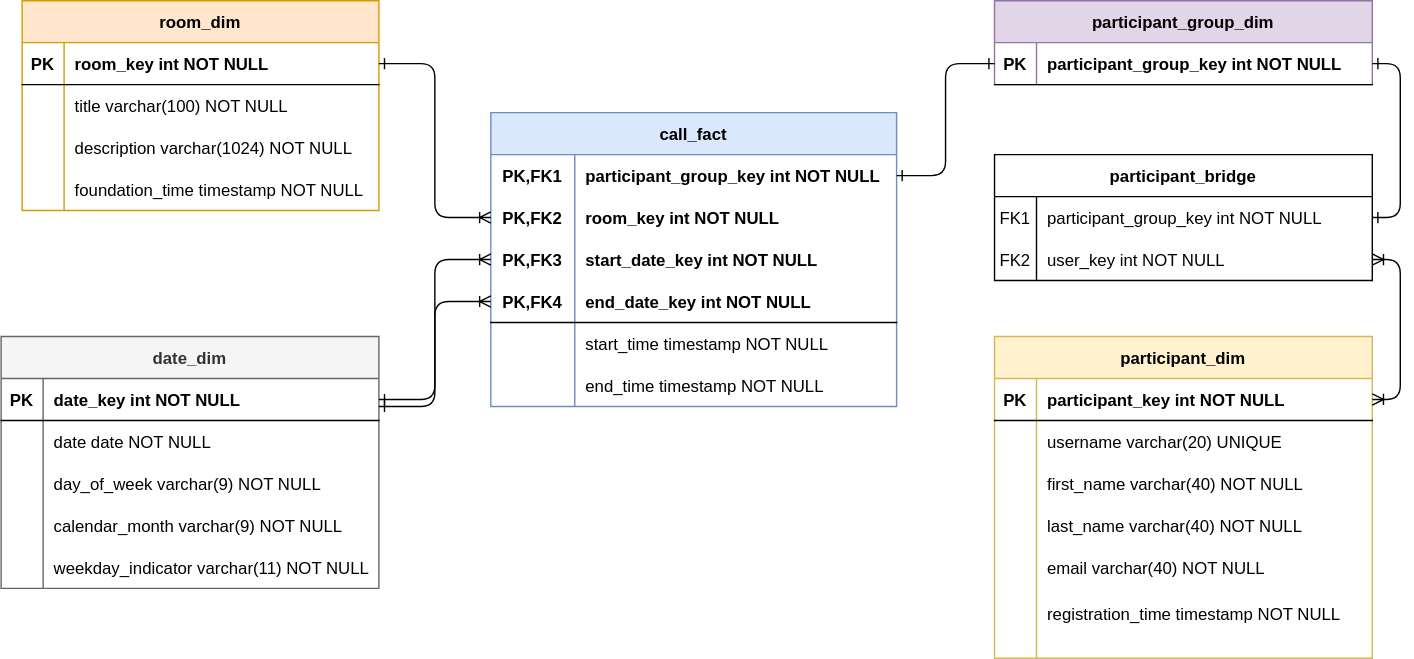
Earlier version of the draw.io export streaming-etl/services/dwh/data-modeling/dwh.drawio.svg (Beaglefoot/streaming-etl). Source tidied: cells renumbered, new cells last; positions are measured from the earlier drawing's top-left corner, leaving out a move shared by most shapes.
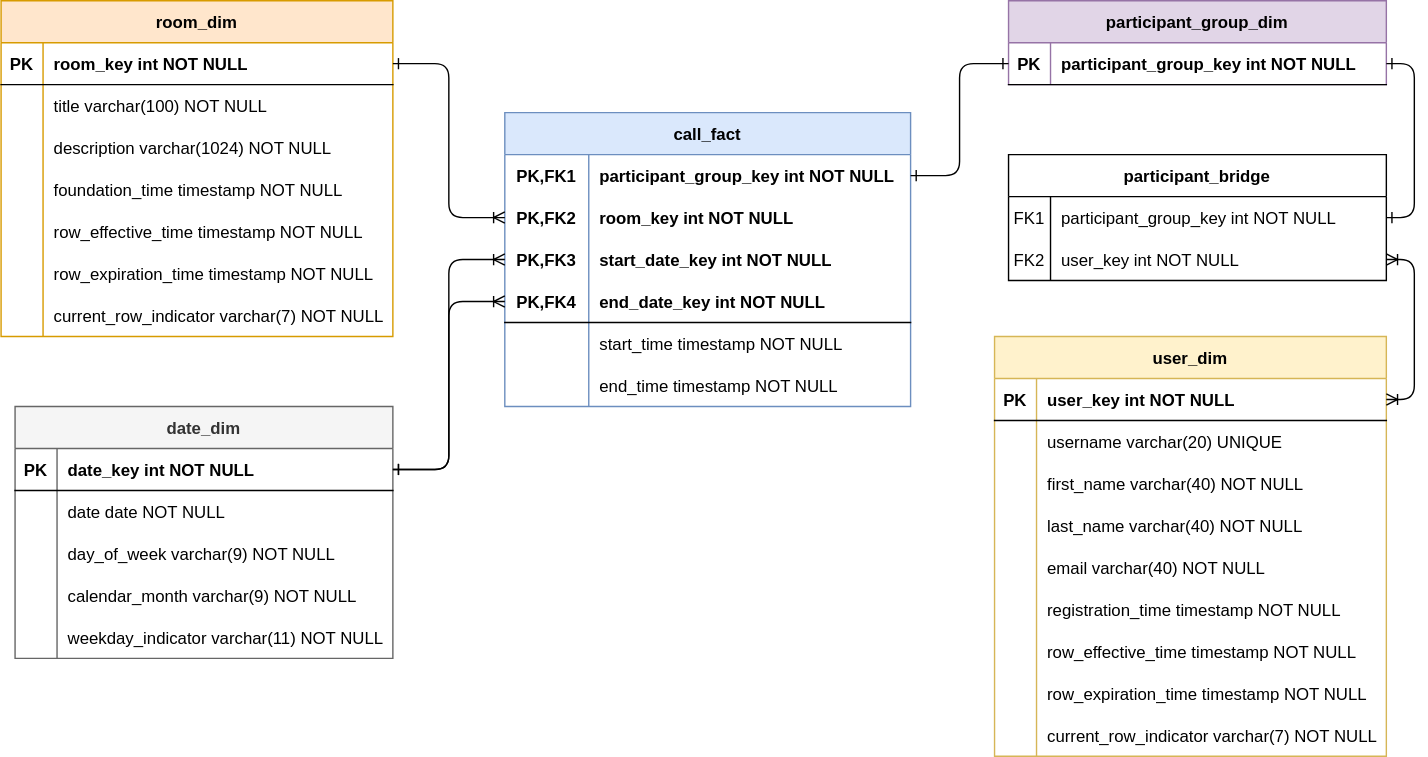
The same file after the commit.

What changed in the source:
```diff
@@ -72,46 +72,73 @@
       <mxGeometry x="30" width="240" height="30" as="geometry" />
     </mxCell>
     <mxCell id="25" value="room_dim" style="shape=table;startSize=30;rowLines=0;fontStyle=1;align=center;fillColor=#ffe6cc;strokeColor=#d79b00;" parent="1" vertex="1">
-      <mxGeometry x="15" width="255" height="150" as="geometry" />
+      <mxGeometry x="-10" width="280" height="240" as="geometry" />
     </mxCell>
     <mxCell id="26" style="shape=tableRow;horizontal=0;startSize=0;swimlaneHead=0;swimlaneBody=0;fillColor=none;points=[[0,0.5],[1,0.5]];portConstraint=eastwest;top=0;left=0;right=0;bottom=1;" parent="25" vertex="1">
-      <mxGeometry y="30" width="255" height="30" as="geometry" />
+      <mxGeometry y="30" width="280" height="30" as="geometry" />
     </mxCell>
     <mxCell id="27" value="PK" style="shape=partialRectangle;fillColor=none;top=0;left=0;bottom=0;right=0;fontStyle=1;overflow=hidden;" parent="26" vertex="1">
       <mxGeometry width="30" height="30" as="geometry" />
     </mxCell>
     <mxCell id="28" value="room_key int NOT NULL" style="shape=partialRectangle;fillColor=none;top=0;left=0;bottom=0;right=0;align=left;spacingLeft=6;fontStyle=1;overflow=hidden;" parent="26" vertex="1">
-      <mxGeometry x="30" width="225" height="30" as="geometry" />
+      <mxGeometry x="30" width="250" height="30" as="geometry" />
     </mxCell>
     <mxCell id="29" style="shape=tableRow;horizontal=0;startSize=0;swimlaneHead=0;swimlaneBody=0;fillColor=none;top=0;left=0;right=0;bottom=0;" parent="25" vertex="1">
-      <mxGeometry y="60" width="255" height="30" as="geometry" />
+      <mxGeometry y="60" width="280" height="30" as="geometry" />
     </mxCell>
     <mxCell id="30" style="shape=partialRectangle;fillColor=none;top=0;left=0;bottom=0;right=0;overflow=hidden;" parent="29" vertex="1">
       <mxGeometry width="30" height="30" as="geometry" />
     </mxCell>
     <mxCell id="31" value="title varchar(100) NOT NULL" style="shape=partialRectangle;fillColor=none;top=0;left=0;bottom=0;right=0;align=left;spacingLeft=6;overflow=hidden;" parent="29" vertex="1">
-      <mxGeometry x="30" width="225" height="30" as="geometry" />
+      <mxGeometry x="30" width="250" height="30" as="geometry" />
     </mxCell>
     <mxCell id="32" style="shape=tableRow;horizontal=0;startSize=0;swimlaneHead=0;swimlaneBody=0;fillColor=none;top=0;left=0;right=0;bottom=0;" parent="25" vertex="1">
-      <mxGeometry y="90" width="255" height="30" as="geometry" />
+      <mxGeometry y="90" width="280" height="30" as="geometry" />
     </mxCell>
     <mxCell id="33" style="shape=partialRectangle;fillColor=none;top=0;left=0;bottom=0;right=0;overflow=hidden;" parent="32" vertex="1">
       <mxGeometry width="30" height="30" as="geometry" />
     </mxCell>
     <mxCell id="34" value="description varchar(1024) NOT NULL" style="shape=partialRectangle;fillColor=none;top=0;left=0;bottom=0;right=0;align=left;spacingLeft=6;overflow=hidden;" parent="32" vertex="1">
-      <mxGeometry x="30" width="225" height="30" as="geometry" />
+      <mxGeometry x="30" width="250" height="30" as="geometry" />
     </mxCell>
     <mxCell id="35" style="shape=tableRow;horizontal=0;startSize=0;swimlaneHead=0;swimlaneBody=0;fillColor=none;top=0;left=0;right=0;bottom=0;" parent="25" vertex="1">
-      <mxGeometry y="120" width="255" height="30" as="geometry" />
+      <mxGeometry y="120" width="280" height="30" as="geometry" />
     </mxCell>
     <mxCell id="36" style="shape=partialRectangle;fillColor=none;top=0;left=0;bottom=0;right=0;overflow=hidden;" parent="35" vertex="1">
       <mxGeometry width="30" height="30" as="geometry" />
     </mxCell>
     <mxCell id="37" value="foundation_time timestamp NOT NULL" style="shape=partialRectangle;fillColor=none;top=0;left=0;bottom=0;right=0;align=left;spacingLeft=6;overflow=hidden;" parent="35" vertex="1">
-      <mxGeometry x="30" width="225" height="30" as="geometry" />
+      <mxGeometry x="30" width="250" height="30" as="geometry" />
     </mxCell>
+    <mxCell id="86" style="shape=tableRow;horizontal=0;startSize=0;swimlaneHead=0;swimlaneBody=0;fillColor=none;top=0;left=0;right=0;bottom=0;" parent="25" vertex="1">
+      <mxGeometry y="150" width="280" height="30" as="geometry" />
+    </mxCell>
+    <mxCell id="87" style="shape=partialRectangle;fillColor=none;top=0;left=0;bottom=0;right=0;overflow=hidden;" parent="86" vertex="1">
+      <mxGeometry width="30" height="30" as="geometry" />
+    </mxCell>
+    <mxCell id="88" value="row_effective_time timestamp NOT NULL" style="shape=partialRectangle;fillColor=none;top=0;left=0;bottom=0;right=0;align=left;spacingLeft=6;overflow=hidden;" parent="86" vertex="1">
+      <mxGeometry x="30" width="250" height="30" as="geometry" />
+    </mxCell>
+    <mxCell id="89" style="shape=tableRow;horizontal=0;startSize=0;swimlaneHead=0;swimlaneBody=0;fillColor=none;top=0;left=0;right=0;bottom=0;" parent="25" vertex="1">
+      <mxGeometry y="180" width="280" height="30" as="geometry" />
+    </mxCell>
+    <mxCell id="90" style="shape=partialRectangle;fillColor=none;top=0;left=0;bottom=0;right=0;overflow=hidden;" parent="89" vertex="1">
+      <mxGeometry width="30" height="30" as="geometry" />
+    </mxCell>
+    <mxCell id="91" value="row_expiration_time timestamp NOT NULL" style="shape=partialRectangle;fillColor=none;top=0;left=0;bottom=0;right=0;align=left;spacingLeft=6;overflow=hidden;" parent="89" vertex="1">
+      <mxGeometry x="30" width="250" height="30" as="geometry" />
+    </mxCell>
+    <mxCell id="92" style="shape=tableRow;horizontal=0;startSize=0;swimlaneHead=0;swimlaneBody=0;fillColor=none;top=0;left=0;right=0;bottom=0;" parent="25" vertex="1">
+      <mxGeometry y="210" width="280" height="30" as="geometry" />
+    </mxCell>
+    <mxCell id="93" style="shape=partialRectangle;fillColor=none;top=0;left=0;bottom=0;right=0;overflow=hidden;" parent="92" vertex="1">
+      <mxGeometry width="30" height="30" as="geometry" />
+    </mxCell>
+    <mxCell id="94" value="current_row_indicator varchar(7) NOT NULL" style="shape=partialRectangle;fillColor=none;top=0;left=0;bottom=0;right=0;align=left;spacingLeft=6;overflow=hidden;" parent="92" vertex="1">
+      <mxGeometry x="30" width="250" height="30" as="geometry" />
+    </mxCell>
     <mxCell id="38" value="date_dim" style="shape=table;startSize=30;rowLines=0;fontStyle=1;align=center;fillColor=#f5f5f5;fontColor=#333333;strokeColor=#666666;" parent="1" vertex="1">
-      <mxGeometry y="240" width="270" height="180" as="geometry" />
+      <mxGeometry y="290" width="270" height="180" as="geometry" />
     </mxCell>
     <mxCell id="39" style="shape=tableRow;horizontal=0;startSize=0;swimlaneHead=0;swimlaneBody=0;fillColor=none;points=[[0,0.5],[1,0.5]];portConstraint=eastwest;top=0;left=0;right=0;bottom=1;" parent="38" vertex="1">
       <mxGeometry y="30" width="270" height="30" as="geometry" />
@@ -158,63 +185,90 @@
     <mxCell id="53" value="weekday_indicator varchar(11) NOT NULL" style="shape=partialRectangle;fillColor=none;top=0;left=0;bottom=0;right=0;align=left;spacingLeft=6;overflow=hidden;" parent="51" vertex="1">
       <mxGeometry x="30" width="240" height="30" as="geometry" />
     </mxCell>
-    <mxCell id="54" value="participant_dim" style="shape=table;startSize=30;rowLines=0;fontStyle=1;align=center;fillColor=#fff2cc;strokeColor=#d6b656;" parent="1" vertex="1">
-      <mxGeometry x="710" y="240" width="270" height="230" as="geometry" />
+    <mxCell id="54" value="user_dim" style="shape=table;startSize=30;rowLines=0;fontStyle=1;align=center;fillColor=#fff2cc;strokeColor=#d6b656;" parent="1" vertex="1">
+      <mxGeometry x="700" y="240" width="280" height="300" as="geometry" />
     </mxCell>
     <mxCell id="55" style="shape=tableRow;horizontal=0;startSize=0;swimlaneHead=0;swimlaneBody=0;fillColor=none;points=[[0,0.5],[1,0.5]];portConstraint=eastwest;top=0;left=0;right=0;bottom=1;" parent="54" vertex="1">
-      <mxGeometry y="30" width="270" height="30" as="geometry" />
+      <mxGeometry y="30" width="280" height="30" as="geometry" />
     </mxCell>
     <mxCell id="56" value="PK" style="shape=partialRectangle;fillColor=none;top=0;left=0;bottom=0;right=0;fontStyle=1;overflow=hidden;" parent="55" vertex="1">
       <mxGeometry width="30" height="30" as="geometry" />
     </mxCell>
-    <mxCell id="57" value="participant_key int NOT NULL" style="shape=partialRectangle;fillColor=none;top=0;left=0;bottom=0;right=0;align=left;spacingLeft=6;fontStyle=1;overflow=hidden;strokeColor=default;" parent="55" vertex="1">
-      <mxGeometry x="30" width="240" height="30" as="geometry" />
+    <mxCell id="57" value="user_key int NOT NULL" style="shape=partialRectangle;fillColor=none;top=0;left=0;bottom=0;right=0;align=left;spacingLeft=6;fontStyle=1;overflow=hidden;strokeColor=default;" parent="55" vertex="1">
+      <mxGeometry x="30" width="250" height="30" as="geometry" />
     </mxCell>
     <mxCell id="58" style="shape=tableRow;horizontal=0;startSize=0;swimlaneHead=0;swimlaneBody=0;fillColor=none;top=0;left=0;right=0;bottom=0;" parent="54" vertex="1">
-      <mxGeometry y="60" width="270" height="30" as="geometry" />
+      <mxGeometry y="60" width="280" height="30" as="geometry" />
     </mxCell>
     <mxCell id="59" style="shape=partialRectangle;fillColor=none;top=0;left=0;bottom=0;right=0;overflow=hidden;" parent="58" vertex="1">
       <mxGeometry width="30" height="30" as="geometry" />
     </mxCell>
     <mxCell id="60" value="username varchar(20) UNIQUE" style="shape=partialRectangle;fillColor=none;top=0;left=0;bottom=0;right=0;align=left;spacingLeft=6;overflow=hidden;" parent="58" vertex="1">
-      <mxGeometry x="30" width="240" height="30" as="geometry" />
+      <mxGeometry x="30" width="250" height="30" as="geometry" />
     </mxCell>
     <mxCell id="61" style="shape=tableRow;horizontal=0;startSize=0;swimlaneHead=0;swimlaneBody=0;fillColor=none;top=0;left=0;right=0;bottom=0;" parent="54" vertex="1">
-      <mxGeometry y="90" width="270" height="30" as="geometry" />
+      <mxGeometry y="90" width="280" height="30" as="geometry" />
     </mxCell>
     <mxCell id="62" style="shape=partialRectangle;fillColor=none;top=0;left=0;bottom=0;right=0;overflow=hidden;" parent="61" vertex="1">
       <mxGeometry width="30" height="30" as="geometry" />
     </mxCell>
     <mxCell id="63" value="first_name varchar(40) NOT NULL" style="shape=partialRectangle;fillColor=none;top=0;left=0;bottom=0;right=0;align=left;spacingLeft=6;overflow=hidden;" parent="61" vertex="1">
-      <mxGeometry x="30" width="240" height="30" as="geometry" />
+      <mxGeometry x="30" width="250" height="30" as="geometry" />
     </mxCell>
     <mxCell id="64" style="shape=tableRow;horizontal=0;startSize=0;swimlaneHead=0;swimlaneBody=0;fillColor=none;top=0;left=0;right=0;bottom=0;" parent="54" vertex="1">
-      <mxGeometry y="120" width="270" height="30" as="geometry" />
+      <mxGeometry y="120" width="280" height="30" as="geometry" />
     </mxCell>
     <mxCell id="65" style="shape=partialRectangle;fillColor=none;top=0;left=0;bottom=0;right=0;overflow=hidden;" parent="64" vertex="1">
       <mxGeometry width="30" height="30" as="geometry" />
     </mxCell>
     <mxCell id="66" value="last_name varchar(40) NOT NULL" style="shape=partialRectangle;fillColor=none;top=0;left=0;bottom=0;right=0;align=left;spacingLeft=6;overflow=hidden;" parent="64" vertex="1">
-      <mxGeometry x="30" width="240" height="30" as="geometry" />
+      <mxGeometry x="30" width="250" height="30" as="geometry" />
     </mxCell>
     <mxCell id="67" style="shape=tableRow;horizontal=0;startSize=0;swimlaneHead=0;swimlaneBody=0;fillColor=none;top=0;left=0;right=0;bottom=0;" parent="54" vertex="1">
-      <mxGeometry y="150" width="270" height="30" as="geometry" />
+      <mxGeometry y="150" width="280" height="30" as="geometry" />
     </mxCell>
     <mxCell id="68" style="shape=partialRectangle;fillColor=none;top=0;left=0;bottom=0;right=0;overflow=hidden;" parent="67" vertex="1">
       <mxGeometry width="30" height="30" as="geometry" />
     </mxCell>
     <mxCell id="69" value="email varchar(40) NOT NULL" style="shape=partialRectangle;fillColor=none;top=0;left=0;bottom=0;right=0;align=left;spacingLeft=6;overflow=hidden;" parent="67" vertex="1">
-      <mxGeometry x="30" width="240" height="30" as="geometry" />
+      <mxGeometry x="30" width="250" height="30" as="geometry" />
     </mxCell>
     <mxCell id="70" style="shape=tableRow;horizontal=0;startSize=0;swimlaneHead=0;swimlaneBody=0;fillColor=none;top=0;left=0;right=0;bottom=0;" parent="54" vertex="1">
-      <mxGeometry y="180" width="270" height="50" as="geometry" />
+      <mxGeometry y="180" width="280" height="30" as="geometry" />
     </mxCell>
     <mxCell id="71" style="shape=partialRectangle;fillColor=none;top=0;left=0;bottom=0;right=0;overflow=hidden;" parent="70" vertex="1">
-      <mxGeometry width="30" height="50" as="geometry" />
+      <mxGeometry width="30" height="30" as="geometry" />
     </mxCell>
-    <mxCell id="72" value="registration_time timestamp NOT NULL&#10;" style="shape=partialRectangle;fillColor=none;top=0;left=0;bottom=0;right=0;align=left;spacingLeft=6;overflow=hidden;" parent="70" vertex="1">
-      <mxGeometry x="30" width="240" height="50" as="geometry" />
+    <mxCell id="72" value="registration_time timestamp NOT NULL" style="shape=partialRectangle;fillColor=none;top=0;left=0;bottom=0;right=0;align=left;spacingLeft=6;overflow=hidden;" parent="70" vertex="1">
+      <mxGeometry x="30" width="250" height="30" as="geometry" />
     </mxCell>
+    <mxCell id="95" style="shape=tableRow;horizontal=0;startSize=0;swimlaneHead=0;swimlaneBody=0;fillColor=none;top=0;left=0;right=0;bottom=0;" parent="54" vertex="1">
+      <mxGeometry y="210" width="280" height="30" as="geometry" />
+    </mxCell>
+    <mxCell id="96" style="shape=partialRectangle;fillColor=none;top=0;left=0;bottom=0;right=0;overflow=hidden;" parent="95" vertex="1">
+      <mxGeometry width="30" height="30" as="geometry" />
+    </mxCell>
+    <mxCell id="97" value="row_effective_time timestamp NOT NULL" style="shape=partialRectangle;fillColor=none;top=0;left=0;bottom=0;right=0;align=left;spacingLeft=6;overflow=hidden;" parent="95" vertex="1">
+      <mxGeometry x="30" width="250" height="30" as="geometry" />
+    </mxCell>
+    <mxCell id="98" style="shape=tableRow;horizontal=0;startSize=0;swimlaneHead=0;swimlaneBody=0;fillColor=none;top=0;left=0;right=0;bottom=0;" parent="54" vertex="1">
+      <mxGeometry y="240" width="280" height="30" as="geometry" />
+    </mxCell>
+    <mxCell id="99" style="shape=partialRectangle;fillColor=none;top=0;left=0;bottom=0;right=0;overflow=hidden;" parent="98" vertex="1">
+      <mxGeometry width="30" height="30" as="geometry" />
+    </mxCell>
+    <mxCell id="100" value="row_expiration_time timestamp NOT NULL" style="shape=partialRectangle;fillColor=none;top=0;left=0;bottom=0;right=0;align=left;spacingLeft=6;overflow=hidden;" parent="98" vertex="1">
+      <mxGeometry x="30" width="250" height="30" as="geometry" />
+    </mxCell>
+    <mxCell id="101" style="shape=tableRow;horizontal=0;startSize=0;swimlaneHead=0;swimlaneBody=0;fillColor=none;top=0;left=0;right=0;bottom=0;" parent="54" vertex="1">
+      <mxGeometry y="270" width="280" height="30" as="geometry" />
+    </mxCell>
+    <mxCell id="102" style="shape=partialRectangle;fillColor=none;top=0;left=0;bottom=0;right=0;overflow=hidden;" parent="101" vertex="1">
+      <mxGeometry width="30" height="30" as="geometry" />
+    </mxCell>
+    <mxCell id="103" value="current_row_indicator varchar(7) NOT NULL" style="shape=partialRectangle;fillColor=none;top=0;left=0;bottom=0;right=0;align=left;spacingLeft=6;overflow=hidden;" parent="101" vertex="1">
+      <mxGeometry x="30" width="250" height="30" as="geometry" />
+    </mxCell>
     <mxCell id="73" value="participant_bridge" style="shape=table;startSize=30;rowLines=0;fontStyle=1;align=center;" parent="1" vertex="1">
       <mxGeometry x="710" y="110" width="270" height="90" as="geometry" />
     </mxCell>
@@ -251,14 +305,8 @@
     <mxCell id="84" style="edgeStyle=orthogonalEdgeStyle;rounded=1;jettySize=auto;html=1;exitX=0;exitY=0.5;exitDx=0;exitDy=0;entryX=1;entryY=0.5;entryDx=0;entryDy=0;startArrow=ERoneToMany;startFill=0;endArrow=ERone;endFill=0;" parent="1" edge="1" source="9" target="39">
       <mxGeometry relative="1" as="geometry" />
     </mxCell>
-    <mxCell id="85" style="edgeStyle=orthogonalEdgeStyle;rounded=1;jettySize=auto;html=1;exitX=0;exitY=0.5;exitDx=0;exitDy=0;startArrow=ERoneToMany;startFill=0;endArrow=ERone;endFill=0;" parent="1" edge="1" source="12">
-      <mxGeometry relative="1" as="geometry">
-        <mxPoint x="270" y="290" as="targetPoint" />
-        <Array as="points">
-          <mxPoint x="310" y="215" />
-          <mxPoint x="310" y="290" />
-        </Array>
-      </mxGeometry>
-    </mxCell>
+    <mxCell id="104" style="edgeStyle=orthogonalEdgeStyle;rounded=1;jettySize=auto;html=1;exitX=0;exitY=0.5;exitDx=0;exitDy=0;entryX=1;entryY=0.5;entryDx=0;entryDy=0;endArrow=ERone;endFill=0;startArrow=ERoneToMany;startFill=0;" parent="1" edge="1" source="12" target="39">
+      <mxGeometry relative="1" as="geometry" />
+    </mxCell>
   </root>
 </mxGraphModel>
```
